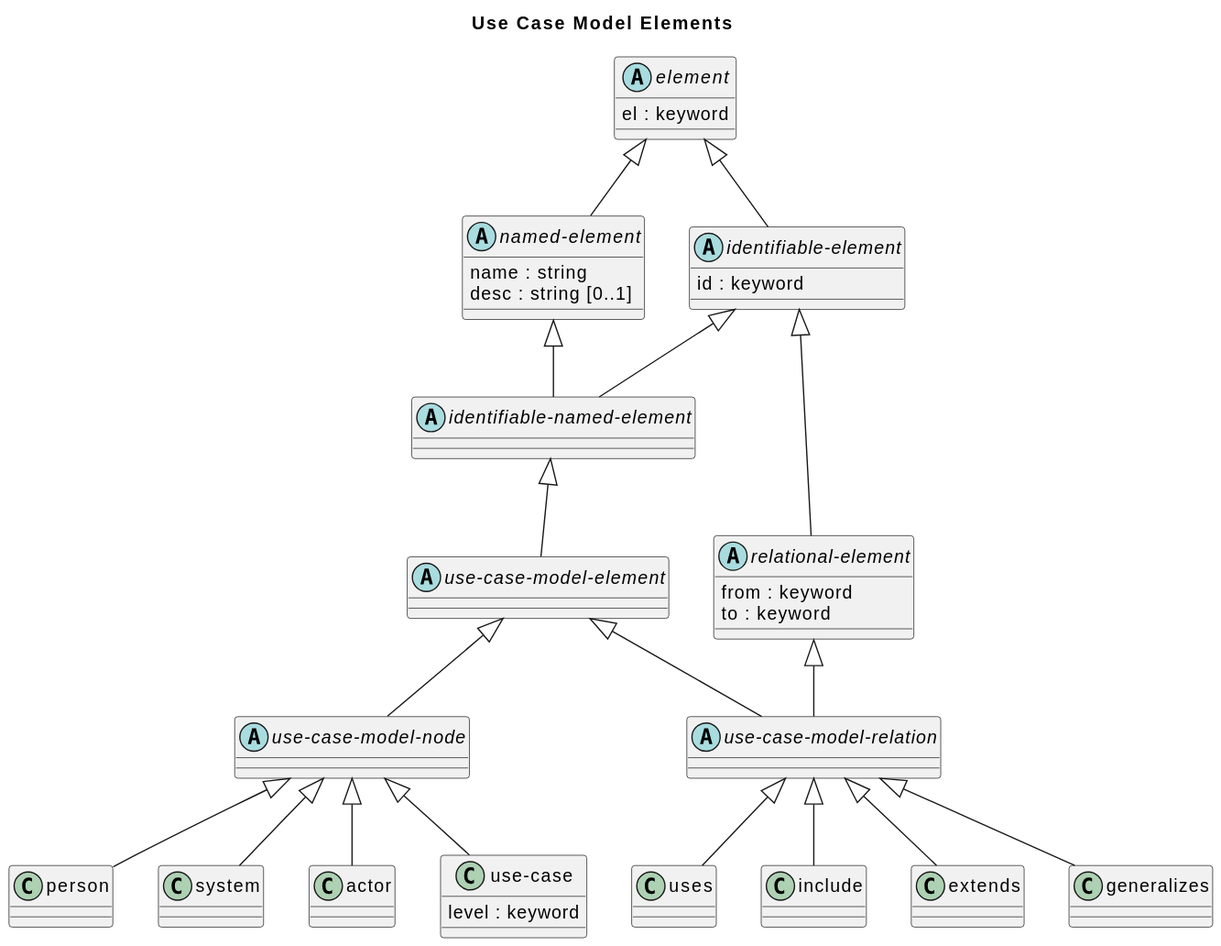
Before: doc/images/overarch/data-model/use-case-model-elements.svg, a diagram exported from PlantUML (soulspace-org/overarch).
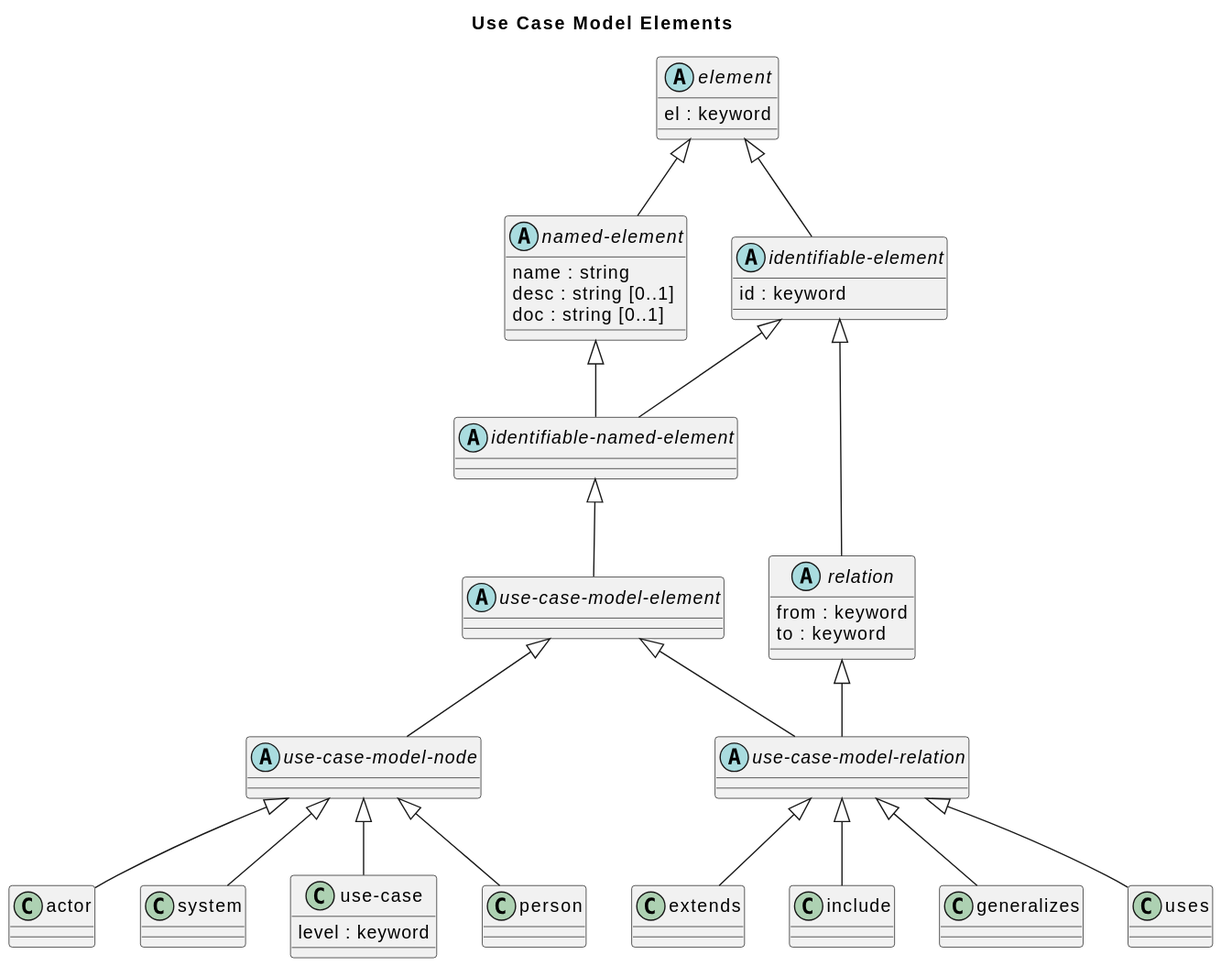
Above is the later version.

Commit message:
updated data model and diagrams

Diff of the diagram source:
```diff
@@ -1,42 +1,44 @@
 @startuml
 title Use Case Model Elements
+
+abstract class "identifiable-named-element" as overarch_dataModel_identifiableNamedElement {}
+class "actor" as overarch_dataModel_actor {}
+class "system" as overarch_dataModel_system {}
+class "extends" as overarch_dataModel_extends {}
+class "include" as overarch_dataModel_include {}
 abstract class "element" as overarch_dataModel_element {
   el : keyword
 }
-abstract class "identifiable-element" as overarch_dataModel_identifiableElement {
-  id : keyword
+class "generalizes" as overarch_dataModel_generalizes {}
+abstract class "relation" as overarch_dataModel_relation {
+  from : keyword
+  to : keyword
+}
+class "use-case" as overarch_dataModel_useCase {
+  level : keyword
 }
 abstract class "named-element" as overarch_dataModel_namedElement {
   name : string
   desc : string [0..1]
+  doc : string [0..1]
 }
-abstract class "identifiable-named-element" as overarch_dataModel_identifiableNamedElement {}
-abstract class "relational-element" as overarch_dataModel_relationalElement {
-  from : keyword
-  to : keyword
+abstract class "use-case-model-relation" as overarch_dataModel_useCaseModelRelation {}
+abstract class "use-case-model-node" as overarch_dataModel_useCaseModelNode {}
+class "uses" as overarch_dataModel_uses {}
+abstract class "identifiable-element" as overarch_dataModel_identifiableElement {
+  id : keyword
 }
 abstract class "use-case-model-element" as overarch_dataModel_useCaseModelElement {}
-abstract class "use-case-model-node" as overarch_dataModel_useCaseModelNode {}
-abstract class "use-case-model-relation" as overarch_dataModel_useCaseModelRelation {}
 class "person" as overarch_dataModel_person {}
-class "system" as overarch_dataModel_system {}
-class "actor" as overarch_dataModel_actor {}
-class "use-case" as overarch_dataModel_useCase {
-  level : keyword
-}
-class "uses" as overarch_dataModel_uses {}
-class "include" as overarch_dataModel_include {}
-class "extends" as overarch_dataModel_extends {}
-class "generalizes" as overarch_dataModel_generalizes {}
 overarch_dataModel_element <|-- overarch_dataModel_identifiableElement
 overarch_dataModel_element <|-- overarch_dataModel_namedElement
 overarch_dataModel_identifiableElement <|-- overarch_dataModel_identifiableNamedElement
 overarch_dataModel_namedElement <|-- overarch_dataModel_identifiableNamedElement
-overarch_dataModel_identifiableElement <|-- overarch_dataModel_relationalElement
+overarch_dataModel_identifiableElement <|-- overarch_dataModel_relation
 overarch_dataModel_identifiableNamedElement <|-- overarch_dataModel_useCaseModelElement
 overarch_dataModel_useCaseModelElement <|-- overarch_dataModel_useCaseModelNode
 overarch_dataModel_useCaseModelElement <|-- overarch_dataModel_useCaseModelRelation
-overarch_dataModel_relationalElement <|-- overarch_dataModel_useCaseModelRelation
+overarch_dataModel_relation <|-- overarch_dataModel_useCaseModelRelation
 overarch_dataModel_useCaseModelNode <|-- overarch_dataModel_actor
 overarch_dataModel_useCaseModelNode <|-- overarch_dataModel_person
 overarch_dataModel_useCaseModelNode <|-- overarch_dataModel_system
```
